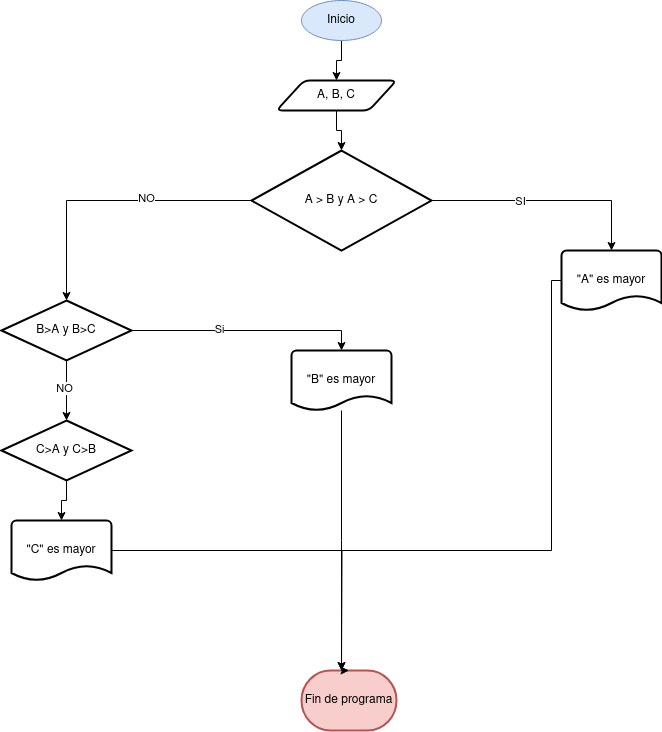
The draw.io diagram Unidad-1/TareasUnidad1/images/diagrama_de_flujo2.drawio.png in adogonz23/programacion, before a commit. Source tidied: cells renumbered, new cells last; positions are measured from the earlier drawing's top-left corner, leaving out a move shared by most shapes. Its diagram source:
```xml
<mxGraphModel background="#ffffff">
  <root>
    <mxCell id="0" />
    <mxCell id="1" parent="0" />
    <mxCell id="2" style="edgeStyle=orthogonalEdgeStyle;rounded=0;jettySize=auto;html=1;entryX=0.5;entryY=0;entryDx=0;entryDy=0;" parent="1" edge="1" source="3" target="14">
      <mxGeometry relative="1" as="geometry" />
    </mxCell>
    <mxCell id="3" value="Inicio" style="ellipse;whiteSpace=wrap;html=1;fillColor=#dae8fc;strokeColor=#6c8ebf;" parent="1" vertex="1">
      <mxGeometry x="300" width="80" height="40" as="geometry" />
    </mxCell>
    <mxCell id="4" style="edgeStyle=orthogonalEdgeStyle;rounded=0;jettySize=auto;html=1;entryX=0.5;entryY=0;entryDx=0;entryDy=0;entryPerimeter=0;" parent="1" edge="1" source="8" target="10">
      <mxGeometry relative="1" as="geometry" />
    </mxCell>
    <mxCell id="5" value="Si" style="edgeLabel;html=1;align=center;verticalAlign=middle;" parent="4" vertex="1">
      <mxGeometry x="-0.24" y="2" relative="1" as="geometry" />
    </mxCell>
    <mxCell id="6" style="edgeStyle=orthogonalEdgeStyle;rounded=0;jettySize=auto;html=1;entryX=0.5;entryY=0;entryDx=0;entryDy=0;entryPerimeter=0;" parent="1" edge="1" source="8" target="22">
      <mxGeometry relative="1" as="geometry" />
    </mxCell>
    <mxCell id="7" value="NO" style="edgeLabel;html=1;align=center;verticalAlign=middle;" parent="6" vertex="1">
      <mxGeometry x="-0.09" y="-3" relative="1" as="geometry" />
    </mxCell>
    <mxCell id="8" value="B&amp;gt;A y B&amp;gt;C" style="strokeWidth=2;html=1;shape=mxgraph.flowchart.decision;whiteSpace=wrap;" parent="1" vertex="1">
      <mxGeometry y="300" width="130" height="60" as="geometry" />
    </mxCell>
    <mxCell id="9" style="edgeStyle=orthogonalEdgeStyle;rounded=0;jettySize=auto;html=1;" parent="1" edge="1" source="10">
      <mxGeometry relative="1" as="geometry">
        <mxPoint x="340" y="670" as="targetPoint" />
      </mxGeometry>
    </mxCell>
    <mxCell id="10" value="&quot;B&quot; es mayor" style="strokeWidth=2;html=1;shape=mxgraph.flowchart.document2;whiteSpace=wrap;size=0.25;" parent="1" vertex="1">
      <mxGeometry x="290" y="350" width="100" height="60" as="geometry" />
    </mxCell>
    <mxCell id="11" value="&quot;A&quot; es mayor" style="strokeWidth=2;html=1;shape=mxgraph.flowchart.document2;whiteSpace=wrap;size=0.25;" parent="1" vertex="1">
      <mxGeometry x="560" y="250" width="100" height="60" as="geometry" />
    </mxCell>
    <mxCell id="12" value="Fin de programa" style="strokeWidth=2;html=1;shape=mxgraph.flowchart.terminator;whiteSpace=wrap;fillColor=#f8cecc;strokeColor=#b85450;" parent="1" vertex="1">
      <mxGeometry x="300" y="670" width="95" height="60" as="geometry" />
    </mxCell>
    <mxCell id="13" style="edgeStyle=orthogonalEdgeStyle;rounded=0;jettySize=auto;html=1;" parent="1" edge="1" source="14" target="15">
      <mxGeometry relative="1" as="geometry" />
    </mxCell>
    <mxCell id="14" value="A, B, C" style="shape=parallelogram;html=1;strokeWidth=2;perimeter=parallelogramPerimeter;whiteSpace=wrap;rounded=1;arcSize=12;size=0.23;" parent="1" vertex="1">
      <mxGeometry x="275" y="80" width="120" height="30" as="geometry" />
    </mxCell>
    <mxCell id="15" value="A &amp;gt; B y A &amp;gt; C" style="strokeWidth=2;html=1;shape=mxgraph.flowchart.decision;whiteSpace=wrap;" parent="1" vertex="1">
      <mxGeometry x="250" y="150" width="180" height="100" as="geometry" />
    </mxCell>
    <mxCell id="16" style="edgeStyle=orthogonalEdgeStyle;rounded=0;jettySize=auto;html=1;entryX=0.5;entryY=0;entryDx=0;entryDy=0;entryPerimeter=0;" parent="1" edge="1" source="15" target="11">
      <mxGeometry relative="1" as="geometry" />
    </mxCell>
    <mxCell id="17" value="SI" style="edgeLabel;html=1;align=center;verticalAlign=middle;" parent="16" vertex="1">
      <mxGeometry x="-0.23" relative="1" as="geometry" />
    </mxCell>
    <mxCell id="18" style="edgeStyle=orthogonalEdgeStyle;rounded=0;jettySize=auto;html=1;entryX=0.5;entryY=0;entryDx=0;entryDy=0;entryPerimeter=0;" parent="1" edge="1" source="15" target="8">
      <mxGeometry relative="1" as="geometry" />
    </mxCell>
    <mxCell id="19" value="NO" style="edgeLabel;html=1;align=center;verticalAlign=middle;" parent="18" vertex="1">
      <mxGeometry x="-0.26" y="-3" relative="1" as="geometry" />
    </mxCell>
    <mxCell id="20" style="edgeStyle=orthogonalEdgeStyle;rounded=0;jettySize=auto;html=1;" parent="1" edge="1" source="21">
      <mxGeometry relative="1" as="geometry">
        <mxPoint x="340" y="670" as="targetPoint" />
      </mxGeometry>
    </mxCell>
    <mxCell id="21" value="&quot;C&quot; es mayor" style="strokeWidth=2;html=1;shape=mxgraph.flowchart.document2;whiteSpace=wrap;size=0.25;" parent="1" vertex="1">
      <mxGeometry x="10" y="520" width="100" height="60" as="geometry" />
    </mxCell>
    <mxCell id="22" value="&lt;div&gt;C&amp;gt;A y C&amp;gt;B&lt;/div&gt;" style="strokeWidth=2;html=1;shape=mxgraph.flowchart.decision;whiteSpace=wrap;" parent="1" vertex="1">
      <mxGeometry y="420" width="130" height="60" as="geometry" />
    </mxCell>
    <mxCell id="23" style="edgeStyle=orthogonalEdgeStyle;rounded=0;jettySize=auto;html=1;entryX=0.5;entryY=0;entryDx=0;entryDy=0;entryPerimeter=0;" parent="1" edge="1" source="22" target="21">
      <mxGeometry relative="1" as="geometry" />
    </mxCell>
    <mxCell id="24" style="edgeStyle=orthogonalEdgeStyle;rounded=0;jettySize=auto;html=1;entryX=0.5;entryY=0;entryDx=0;entryDy=0;entryPerimeter=0;" parent="1" edge="1" source="11" target="12">
      <mxGeometry relative="1" as="geometry">
        <Array as="points">
          <mxPoint x="550" y="280" />
          <mxPoint x="550" y="550" />
          <mxPoint x="340" y="550" />
          <mxPoint x="340" y="670" />
        </Array>
      </mxGeometry>
    </mxCell>
  </root>
</mxGraphModel>
```
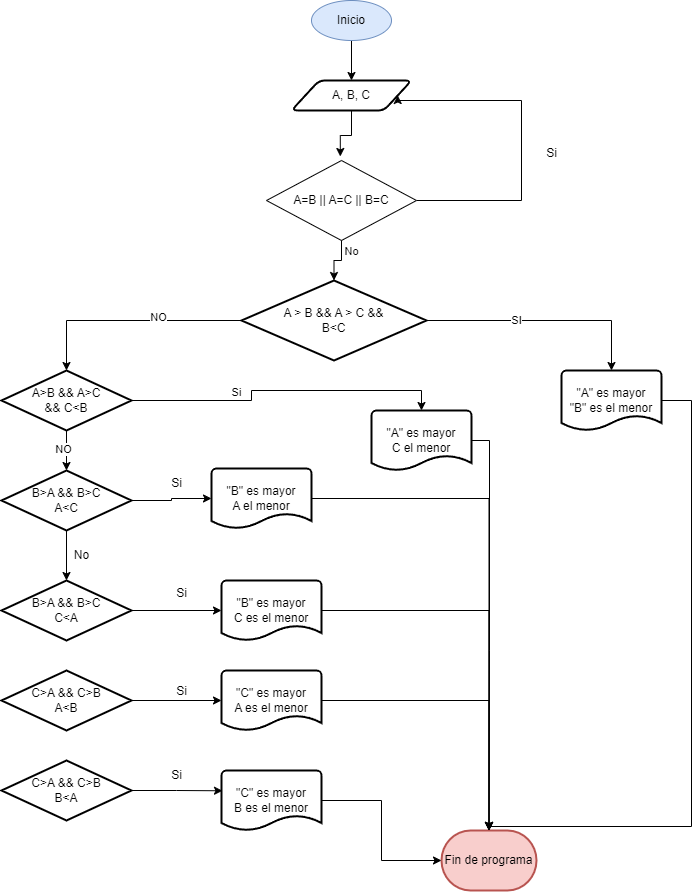
After the change.

Diff of the diagram source:
```diff
@@ -12,7 +12,9 @@
       <mxGeometry relative="1" as="geometry" />
     </mxCell>
     <mxCell id="5" value="Si" style="edgeLabel;html=1;align=center;verticalAlign=middle;" parent="4" vertex="1">
-      <mxGeometry x="-0.24" y="2" relative="1" as="geometry" />
+      <mxGeometry x="-0.24" y="2" relative="1" as="geometry">
+        <mxPoint x="-13" y="-8" as="offset" />
+      </mxGeometry>
     </mxCell>
     <mxCell id="6" style="edgeStyle=orthogonalEdgeStyle;rounded=0;jettySize=auto;html=1;entryX=0.5;entryY=0;entryDx=0;entryDy=0;entryPerimeter=0;" parent="1" edge="1" source="8" target="22">
       <mxGeometry relative="1" as="geometry" />
@@ -20,31 +22,23 @@
     <mxCell id="7" value="NO" style="edgeLabel;html=1;align=center;verticalAlign=middle;" parent="6" vertex="1">
       <mxGeometry x="-0.09" y="-3" relative="1" as="geometry" />
     </mxCell>
-    <mxCell id="8" value="B&amp;gt;A y B&amp;gt;C" style="strokeWidth=2;html=1;shape=mxgraph.flowchart.decision;whiteSpace=wrap;" parent="1" vertex="1">
-      <mxGeometry y="300" width="130" height="60" as="geometry" />
+    <mxCell id="8" value="A&amp;gt;B &amp;amp;&amp;amp; A&amp;gt;C&lt;br&gt;&amp;amp;&amp;amp; C&amp;lt;B" style="strokeWidth=2;html=1;shape=mxgraph.flowchart.decision;whiteSpace=wrap;" parent="1" vertex="1">
+      <mxGeometry x="-10" y="370" width="130" height="60" as="geometry" />
     </mxCell>
-    <mxCell id="9" style="edgeStyle=orthogonalEdgeStyle;rounded=0;jettySize=auto;html=1;" parent="1" edge="1" source="10">
-      <mxGeometry relative="1" as="geometry">
-        <mxPoint x="340" y="670" as="targetPoint" />
-      </mxGeometry>
-    </mxCell>
-    <mxCell id="10" value="&quot;B&quot; es mayor" style="strokeWidth=2;html=1;shape=mxgraph.flowchart.document2;whiteSpace=wrap;size=0.25;" parent="1" vertex="1">
-      <mxGeometry x="290" y="350" width="100" height="60" as="geometry" />
+    <mxCell id="10" value="&quot;A&quot; es mayor&lt;br&gt;C el menor" style="strokeWidth=2;html=1;shape=mxgraph.flowchart.document2;whiteSpace=wrap;size=0.25;" parent="1" vertex="1">
+      <mxGeometry x="360" y="410" width="100" height="60" as="geometry" />
     </mxCell>
-    <mxCell id="11" value="&quot;A&quot; es mayor" style="strokeWidth=2;html=1;shape=mxgraph.flowchart.document2;whiteSpace=wrap;size=0.25;" parent="1" vertex="1">
-      <mxGeometry x="560" y="250" width="100" height="60" as="geometry" />
+    <mxCell id="11" value="&quot;A&quot; es mayor&lt;br&gt;&quot;B&quot; es el menor" style="strokeWidth=2;html=1;shape=mxgraph.flowchart.document2;whiteSpace=wrap;size=0.25;" parent="1" vertex="1">
+      <mxGeometry x="550" y="370" width="100" height="60" as="geometry" />
     </mxCell>
     <mxCell id="12" value="Fin de programa" style="strokeWidth=2;html=1;shape=mxgraph.flowchart.terminator;whiteSpace=wrap;fillColor=#f8cecc;strokeColor=#b85450;" parent="1" vertex="1">
-      <mxGeometry x="300" y="670" width="95" height="60" as="geometry" />
+      <mxGeometry x="430" y="830" width="95" height="60" as="geometry" />
     </mxCell>
-    <mxCell id="13" style="edgeStyle=orthogonalEdgeStyle;rounded=0;jettySize=auto;html=1;" parent="1" edge="1" source="14" target="15">
-      <mxGeometry relative="1" as="geometry" />
-    </mxCell>
     <mxCell id="14" value="A, B, C" style="shape=parallelogram;html=1;strokeWidth=2;perimeter=parallelogramPerimeter;whiteSpace=wrap;rounded=1;arcSize=12;size=0.23;" parent="1" vertex="1">
-      <mxGeometry x="275" y="80" width="120" height="30" as="geometry" />
+      <mxGeometry x="280" y="80" width="120" height="30" as="geometry" />
     </mxCell>
-    <mxCell id="15" value="A &amp;gt; B y A &amp;gt; C" style="strokeWidth=2;html=1;shape=mxgraph.flowchart.decision;whiteSpace=wrap;" parent="1" vertex="1">
-      <mxGeometry x="250" y="150" width="180" height="100" as="geometry" />
+    <mxCell id="15" value="A &amp;gt; B &amp;amp;&amp;amp; A &amp;gt; C &amp;amp;&amp;amp;&lt;br&gt;B&amp;lt;C" style="strokeWidth=2;html=1;shape=mxgraph.flowchart.decision;whiteSpace=wrap;" parent="1" vertex="1">
+      <mxGeometry x="230" y="280" width="185" height="80" as="geometry" />
     </mxCell>
     <mxCell id="16" style="edgeStyle=orthogonalEdgeStyle;rounded=0;jettySize=auto;html=1;entryX=0.5;entryY=0;entryDx=0;entryDy=0;entryPerimeter=0;" parent="1" edge="1" source="15" target="11">
       <mxGeometry relative="1" as="geometry" />
@@ -58,29 +52,114 @@
     <mxCell id="19" value="NO" style="edgeLabel;html=1;align=center;verticalAlign=middle;" parent="18" vertex="1">
       <mxGeometry x="-0.26" y="-3" relative="1" as="geometry" />
     </mxCell>
-    <mxCell id="20" style="edgeStyle=orthogonalEdgeStyle;rounded=0;jettySize=auto;html=1;" parent="1" edge="1" source="21">
-      <mxGeometry relative="1" as="geometry">
-        <mxPoint x="340" y="670" as="targetPoint" />
-      </mxGeometry>
-    </mxCell>
-    <mxCell id="21" value="&quot;C&quot; es mayor" style="strokeWidth=2;html=1;shape=mxgraph.flowchart.document2;whiteSpace=wrap;size=0.25;" parent="1" vertex="1">
-      <mxGeometry x="10" y="520" width="100" height="60" as="geometry" />
+    <mxCell id="21" value="&quot;B&quot; es mayor&lt;br&gt;C es el menor" style="strokeWidth=2;html=1;shape=mxgraph.flowchart.document2;whiteSpace=wrap;size=0.25;" parent="1" vertex="1">
+      <mxGeometry x="210" y="580" width="100" height="60" as="geometry" />
     </mxCell>
-    <mxCell id="22" value="&lt;div&gt;C&amp;gt;A y C&amp;gt;B&lt;/div&gt;" style="strokeWidth=2;html=1;shape=mxgraph.flowchart.decision;whiteSpace=wrap;" parent="1" vertex="1">
-      <mxGeometry y="420" width="130" height="60" as="geometry" />
+    <mxCell id="22" value="B&amp;gt;A &amp;amp;&amp;amp; B&amp;gt;C&lt;br&gt;A&amp;lt;C" style="strokeWidth=2;html=1;shape=mxgraph.flowchart.decision;whiteSpace=wrap;" parent="1" vertex="1">
+      <mxGeometry x="-10" y="470" width="130" height="60" as="geometry" />
     </mxCell>
-    <mxCell id="23" style="edgeStyle=orthogonalEdgeStyle;rounded=0;jettySize=auto;html=1;entryX=0.5;entryY=0;entryDx=0;entryDy=0;entryPerimeter=0;" parent="1" edge="1" source="22" target="21">
-      <mxGeometry relative="1" as="geometry" />
-    </mxCell>
+    <mxCell id="25" style="edgeStyle=orthogonalEdgeStyle;rounded=0;jettySize=auto;html=1;entryX=1;entryY=0.5;entryDx=0;entryDy=0;" parent="1" edge="1" source="26" target="14">
+      <mxGeometry relative="1" as="geometry">
+        <Array as="points">
+          <mxPoint x="510" y="200" />
+          <mxPoint x="510" y="100" />
+          <mxPoint x="386" y="100" />
+        </Array>
+      </mxGeometry>
+    </mxCell>
+    <mxCell id="26" value="A=B || A=C || B=C" style="rhombus;whiteSpace=wrap;html=1;" parent="1" vertex="1">
+      <mxGeometry x="255" y="160" width="150" height="80" as="geometry" />
+    </mxCell>
+    <mxCell id="27" value="Si" style="text;html=1;align=center;verticalAlign=middle;strokeColor=none;fillColor=none;" parent="1" vertex="1">
+      <mxGeometry x="525" y="138" width="30" height="30" as="geometry" />
+    </mxCell>
+    <mxCell id="28" style="edgeStyle=orthogonalEdgeStyle;rounded=0;jettySize=auto;html=1;entryX=0.5;entryY=0;entryDx=0;entryDy=0;entryPerimeter=0;" parent="1" edge="1" source="26" target="15">
+      <mxGeometry relative="1" as="geometry" />
+    </mxCell>
+    <mxCell id="29" value="No" style="edgeLabel;html=1;align=center;verticalAlign=middle;" parent="28" vertex="1">
+      <mxGeometry x="-0.28" y="1" relative="1" as="geometry">
+        <mxPoint x="9" y="-7" as="offset" />
+      </mxGeometry>
+    </mxCell>
+    <mxCell id="30" style="edgeStyle=orthogonalEdgeStyle;rounded=0;jettySize=auto;html=1;entryX=0.492;entryY=-0.05;entryDx=0;entryDy=0;entryPerimeter=0;" parent="1" edge="1" source="14" target="26">
+      <mxGeometry relative="1" as="geometry" />
+    </mxCell>
+    <mxCell id="31" value="&quot;B&quot; es mayor&lt;br&gt;A el menor" style="strokeWidth=2;html=1;shape=mxgraph.flowchart.document2;whiteSpace=wrap;size=0.25;" parent="1" vertex="1">
+      <mxGeometry x="200" y="468" width="100" height="60" as="geometry" />
+    </mxCell>
+    <mxCell id="32" value="B&amp;gt;A &amp;amp;&amp;amp; B&amp;gt;C&lt;br&gt;C&amp;lt;A" style="strokeWidth=2;html=1;shape=mxgraph.flowchart.decision;whiteSpace=wrap;" parent="1" vertex="1">
+      <mxGeometry x="-10" y="580" width="130" height="60" as="geometry" />
+    </mxCell>
+    <mxCell id="33" style="edgeStyle=orthogonalEdgeStyle;rounded=0;jettySize=auto;html=1;entryX=0;entryY=0.5;entryDx=0;entryDy=0;entryPerimeter=0;" parent="1" edge="1" source="22" target="31">
+      <mxGeometry relative="1" as="geometry" />
+    </mxCell>
+    <mxCell id="34" value="Si" style="text;html=1;align=center;verticalAlign=middle;strokeColor=none;fillColor=none;" parent="1" vertex="1">
+      <mxGeometry x="150" y="468" width="30" height="30" as="geometry" />
+    </mxCell>
+    <mxCell id="35" style="edgeStyle=orthogonalEdgeStyle;rounded=0;jettySize=auto;html=1;entryX=0.5;entryY=0;entryDx=0;entryDy=0;entryPerimeter=0;" parent="1" edge="1" source="22" target="32">
+      <mxGeometry relative="1" as="geometry" />
+    </mxCell>
+    <mxCell id="36" value="No" style="text;html=1;align=center;verticalAlign=middle;strokeColor=none;fillColor=none;" parent="1" vertex="1">
+      <mxGeometry x="50" y="539.5" width="40" height="30" as="geometry" />
+    </mxCell>
+    <mxCell id="37" style="edgeStyle=orthogonalEdgeStyle;rounded=0;jettySize=auto;html=1;entryX=0;entryY=0.5;entryDx=0;entryDy=0;entryPerimeter=0;" parent="1" edge="1" source="32" target="21">
+      <mxGeometry relative="1" as="geometry" />
+    </mxCell>
+    <mxCell id="38" value="Si" style="text;html=1;align=center;verticalAlign=middle;strokeColor=none;fillColor=none;" parent="1" vertex="1">
+      <mxGeometry x="155" y="578" width="30" height="30" as="geometry" />
+    </mxCell>
+    <mxCell id="39" value="C&amp;gt;A &amp;amp;&amp;amp; C&amp;gt;B&lt;br&gt;A&amp;lt;B" style="strokeWidth=2;html=1;shape=mxgraph.flowchart.decision;whiteSpace=wrap;" parent="1" vertex="1">
+      <mxGeometry x="-10" y="670" width="130" height="60" as="geometry" />
+    </mxCell>
+    <mxCell id="40" value="C&amp;gt;A &amp;amp;&amp;amp; C&amp;gt;B&lt;br&gt;B&amp;lt;A" style="strokeWidth=2;html=1;shape=mxgraph.flowchart.decision;whiteSpace=wrap;" parent="1" vertex="1">
+      <mxGeometry x="-10" y="760" width="130" height="60" as="geometry" />
+    </mxCell>
+    <mxCell id="41" value="&quot;C&quot; es mayor&lt;br&gt;A es el menor" style="strokeWidth=2;html=1;shape=mxgraph.flowchart.document2;whiteSpace=wrap;size=0.25;" parent="1" vertex="1">
+      <mxGeometry x="210" y="670" width="100" height="60" as="geometry" />
+    </mxCell>
+    <mxCell id="42" style="edgeStyle=orthogonalEdgeStyle;rounded=0;jettySize=auto;html=1;" parent="1" edge="1" source="43" target="12">
+      <mxGeometry relative="1" as="geometry" />
+    </mxCell>
+    <mxCell id="43" value="&quot;C&quot; es mayor&lt;br&gt;B es el menor" style="strokeWidth=2;html=1;shape=mxgraph.flowchart.document2;whiteSpace=wrap;size=0.25;" parent="1" vertex="1">
+      <mxGeometry x="210" y="770" width="100" height="60" as="geometry" />
+    </mxCell>
+    <mxCell id="44" style="edgeStyle=orthogonalEdgeStyle;rounded=0;jettySize=auto;html=1;entryX=0;entryY=0.5;entryDx=0;entryDy=0;entryPerimeter=0;" parent="1" edge="1" source="39" target="41">
+      <mxGeometry relative="1" as="geometry" />
+    </mxCell>
+    <mxCell id="45" style="edgeStyle=orthogonalEdgeStyle;rounded=0;jettySize=auto;html=1;entryX=0.01;entryY=0.338;entryDx=0;entryDy=0;entryPerimeter=0;" parent="1" edge="1" source="40" target="43">
+      <mxGeometry relative="1" as="geometry" />
+    </mxCell>
+    <mxCell id="46" value="&lt;br&gt;Si" style="text;html=1;align=center;verticalAlign=middle;strokeColor=none;fillColor=none;" parent="1" vertex="1">
+      <mxGeometry x="155" y="663" width="30" height="40" as="geometry" />
+    </mxCell>
+    <mxCell id="47" value="Si" style="text;html=1;align=center;verticalAlign=middle;strokeColor=none;fillColor=none;" parent="1" vertex="1">
+      <mxGeometry x="150" y="760" width="30" height="30" as="geometry" />
+    </mxCell>
     <mxCell id="24" style="edgeStyle=orthogonalEdgeStyle;rounded=0;jettySize=auto;html=1;entryX=0.5;entryY=0;entryDx=0;entryDy=0;entryPerimeter=0;" parent="1" edge="1" source="11" target="12">
       <mxGeometry relative="1" as="geometry">
         <Array as="points">
-          <mxPoint x="550" y="280" />
-          <mxPoint x="550" y="550" />
-          <mxPoint x="340" y="550" />
-          <mxPoint x="340" y="670" />
+          <mxPoint x="680" y="400" />
+          <mxPoint x="680" y="826" />
+          <mxPoint x="478" y="826" />
         </Array>
       </mxGeometry>
     </mxCell>
+    <mxCell id="48" style="edgeStyle=orthogonalEdgeStyle;rounded=0;jettySize=auto;html=1;entryX=0.5;entryY=0;entryDx=0;entryDy=0;entryPerimeter=0;" parent="1" edge="1" source="10" target="12">
+      <mxGeometry relative="1" as="geometry">
+        <Array as="points">
+          <mxPoint x="478" y="440" />
+          <mxPoint x="478" y="650" />
+        </Array>
+      </mxGeometry>
+    </mxCell>
+    <mxCell id="49" style="edgeStyle=orthogonalEdgeStyle;rounded=0;jettySize=auto;html=1;entryX=0.5;entryY=0;entryDx=0;entryDy=0;entryPerimeter=0;" parent="1" edge="1" source="31" target="12">
+      <mxGeometry relative="1" as="geometry" />
+    </mxCell>
+    <mxCell id="50" style="edgeStyle=orthogonalEdgeStyle;rounded=0;jettySize=auto;html=1;entryX=0.5;entryY=0;entryDx=0;entryDy=0;entryPerimeter=0;" parent="1" edge="1" source="21" target="12">
+      <mxGeometry relative="1" as="geometry" />
+    </mxCell>
+    <mxCell id="51" style="edgeStyle=orthogonalEdgeStyle;rounded=0;jettySize=auto;html=1;entryX=0.5;entryY=0;entryDx=0;entryDy=0;entryPerimeter=0;" parent="1" edge="1" source="41" target="12">
+      <mxGeometry relative="1" as="geometry" />
+    </mxCell>
   </root>
 </mxGraphModel>
```
